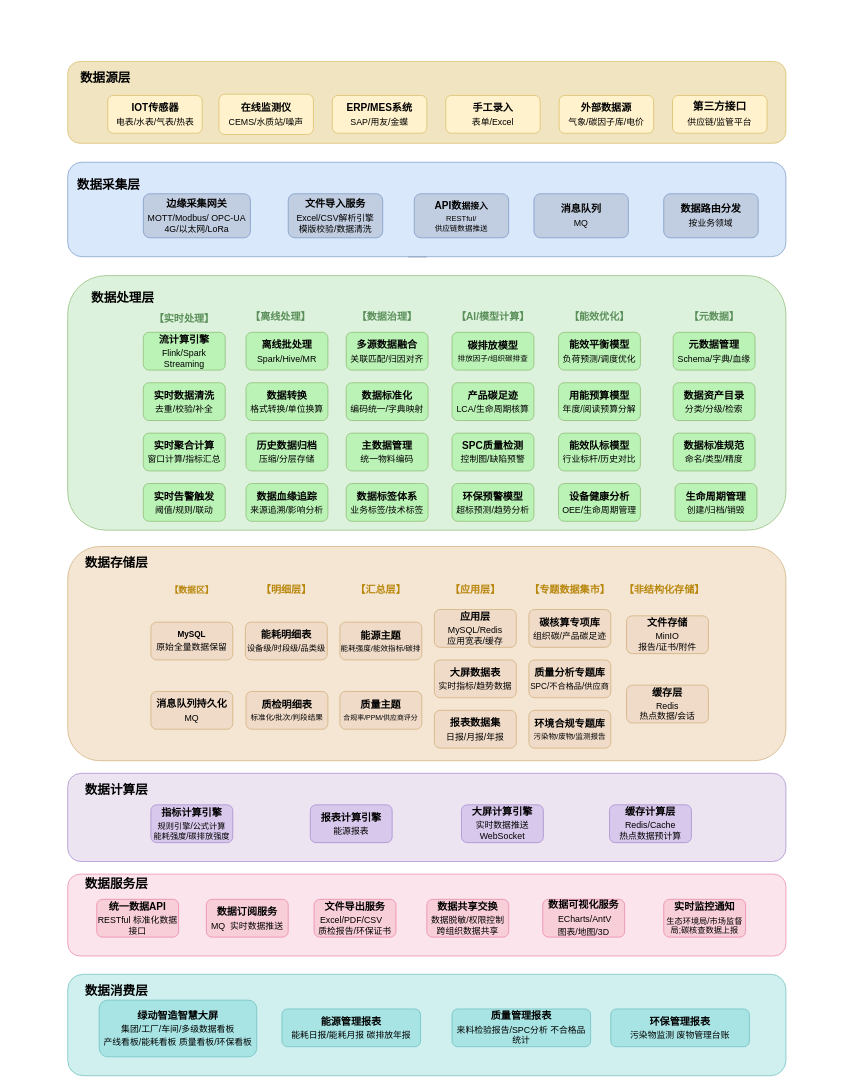
This is 绿动智造数据架构图.drawio from jtzjtz/draw-io, a draw.io file, before an edit. Source tidied: cells renumbered, new cells numbered last; positions are measured from the earlier drawing's top-left corner, leaving out a move shared by most shapes. Both pictures are drawn from the tidied source at 63%, with x=0, y=0 at pixel (67, 61).
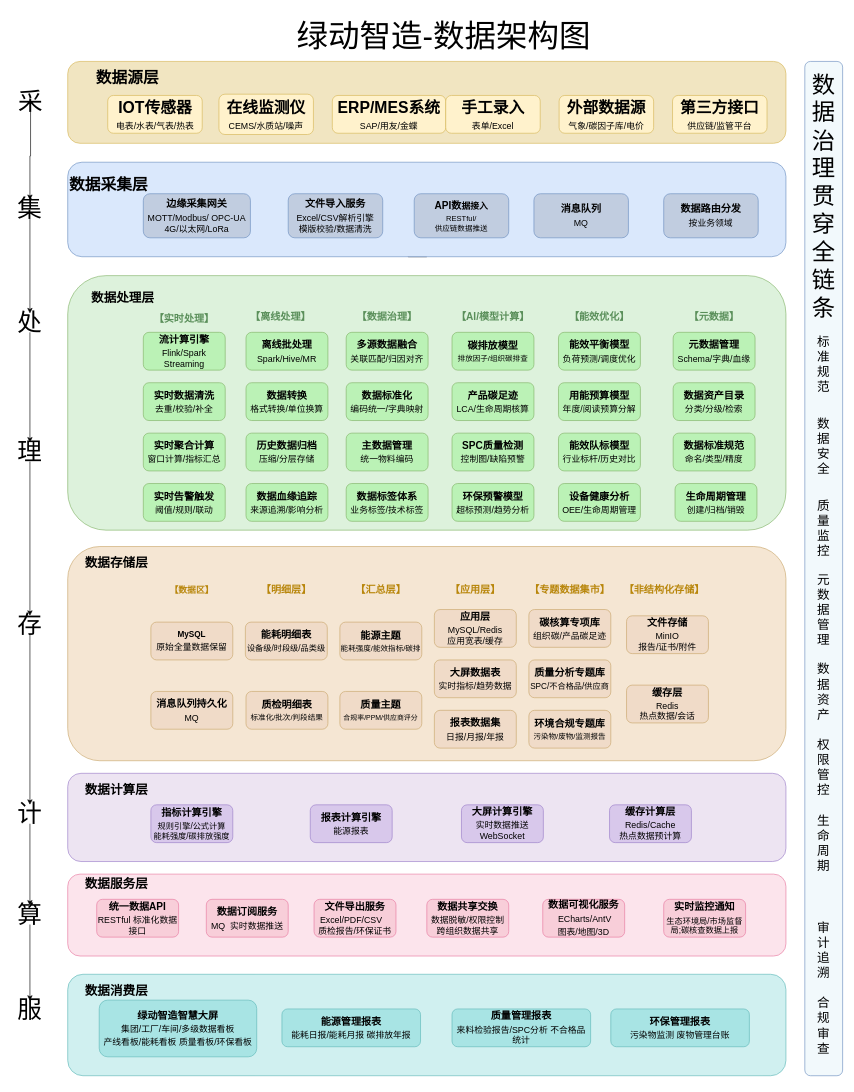
Above is the later version.

Commit message (it also covers changes not shown here):
更新绿动智造数据架构图.drawio

Change to the diagram source:
```diff
@@
-    <mxCell id="3" value="&lt;b&gt;&lt;font style=&quot;font-size: 16px;&quot;&gt;IOT传感器&lt;/font&gt;&lt;/b&gt;&lt;div style=&quot;padding-top: 5px;&quot;&gt;&lt;font style=&quot;font-size: 14px;&quot;&gt;电表/水表/气表/热表&lt;/font&gt;&lt;/div&gt;" style="rounded=1;whiteSpace=wrap;html=1;fillColor=#fff2cc;strokeColor=#d6b656;align=center;verticalAlign=middle;fontFamily=Helvetica;fontSize=12;fontColor=default;" parent="1" vertex="1">
+    <mxCell id="3" value="&lt;b&gt;&lt;font style=&quot;font-size: 25px;&quot;&gt;IOT传感器&lt;/font&gt;&lt;/b&gt;&lt;div style=&quot;padding-top: 5px;&quot;&gt;&lt;font style=&quot;font-size: 14px;&quot;&gt;电表/水表/气表/热表&lt;/font&gt;&lt;/div&gt;" style="rounded=1;whiteSpace=wrap;html=1;fillColor=#fff2cc;strokeColor=#d6b656;align=center;verticalAlign=middle;fontFamily=Helvetica;fontSize=12;fontColor=default;" parent="1" vertex="1">
       <mxGeometry x="63.5" y="54" width="150" height="60" as="geometry" />
     </mxCell>
-    <mxCell id="4" value="&lt;b&gt;&lt;font style=&quot;font-size: 16px;&quot;&gt;在线监测仪&lt;/font&gt;&lt;/b&gt;&lt;div style=&quot;padding-top: 5px;&quot;&gt;&lt;font style=&quot;font-size: 14px;&quot;&gt;CEMS/水质站/噪声&lt;/font&gt;&lt;/div&gt;" style="rounded=1;whiteSpace=wrap;html=1;fillColor=#fff2cc;strokeColor=#d6b656;align=center;verticalAlign=middle;fontFamily=Helvetica;fontSize=12;fontColor=default;fontStyle=0;" parent="1" vertex="1">
+    <mxCell id="4" value="&lt;b&gt;&lt;font style=&quot;font-size: 25px;&quot;&gt;在线监测仪&lt;/font&gt;&lt;/b&gt;&lt;div style=&quot;padding-top: 5px;&quot;&gt;&lt;font style=&quot;font-size: 14px;&quot;&gt;CEMS/水质站/噪声&lt;/font&gt;&lt;/div&gt;" style="rounded=1;whiteSpace=wrap;html=1;fillColor=#fff2cc;strokeColor=#d6b656;align=center;verticalAlign=middle;fontFamily=Helvetica;fontSize=12;fontColor=default;fontStyle=0;" parent="1" vertex="1">
       <mxGeometry x="240" y="52" width="150" height="64" as="geometry" />
     </mxCell>
-    <mxCell id="5" value="&lt;b&gt;&lt;font style=&quot;font-size: 16px;&quot;&gt;ERP/MES系统&lt;/font&gt;&lt;/b&gt;&lt;div style=&quot;padding-top: 5px;&quot;&gt;&lt;font style=&quot;font-size: 14px;&quot;&gt;SAP/用友/金蝶&lt;/font&gt;&lt;/div&gt;" style="rounded=1;whiteSpace=wrap;html=1;fillColor=#fff2cc;strokeColor=#d6b656;align=center;verticalAlign=middle;fontFamily=Helvetica;fontSize=12;fontColor=default;" parent="1" vertex="1">
-      <mxGeometry x="420" y="54" width="150" height="60" as="geometry" />
+    <mxCell id="5" value="&lt;b&gt;&lt;font style=&quot;font-size: 25px;&quot;&gt;ERP/MES系统&lt;/font&gt;&lt;/b&gt;&lt;div style=&quot;padding-top: 5px;&quot;&gt;&lt;font style=&quot;font-size: 14px;&quot;&gt;SAP/用友/金蝶&lt;/font&gt;&lt;/div&gt;" style="rounded=1;whiteSpace=wrap;html=1;fillColor=#fff2cc;strokeColor=#d6b656;align=center;verticalAlign=middle;fontFamily=Helvetica;fontSize=12;fontColor=default;" parent="1" vertex="1">
+      <mxGeometry x="420" y="54" width="180" height="60" as="geometry" />
     </mxCell>
-    <mxCell id="6" value="&lt;b&gt;&lt;font style=&quot;font-size: 16px;&quot;&gt;手工录入&lt;/font&gt;&lt;/b&gt;&lt;div style=&quot;padding-top: 5px;&quot;&gt;&lt;font style=&quot;font-size: 14px;&quot;&gt;表单/Excel&lt;/font&gt;&lt;/div&gt;" style="rounded=1;whiteSpace=wrap;html=1;fillColor=#fff2cc;strokeColor=#d6b656;" parent="1" vertex="1">
+    <mxCell id="6" value="&lt;b&gt;&lt;font style=&quot;font-size: 25px;&quot;&gt;手工录入&lt;/font&gt;&lt;/b&gt;&lt;div style=&quot;padding-top: 5px;&quot;&gt;&lt;font style=&quot;font-size: 14px;&quot;&gt;表单/Excel&lt;/font&gt;&lt;/div&gt;" style="rounded=1;whiteSpace=wrap;html=1;fillColor=#fff2cc;strokeColor=#d6b656;" parent="1" vertex="1">
       <mxGeometry x="600" y="54" width="150" height="60" as="geometry" />
     </mxCell>
-    <mxCell id="7" value="&lt;b&gt;&lt;font style=&quot;font-size: 16px;&quot;&gt;外部数据源&lt;/font&gt;&lt;/b&gt;&lt;div style=&quot;padding-top: 5px;&quot;&gt;&lt;font style=&quot;font-size: 14px;&quot;&gt;气象/碳因子库/电价&lt;/font&gt;&lt;/div&gt;" style="rounded=1;whiteSpace=wrap;html=1;fillColor=#fff2cc;strokeColor=#d6b656;" parent="1" vertex="1">
+    <mxCell id="7" value="&lt;b&gt;&lt;font style=&quot;font-size: 25px;&quot;&gt;外部数据源&lt;/font&gt;&lt;/b&gt;&lt;div style=&quot;padding-top: 5px;&quot;&gt;&lt;font style=&quot;font-size: 14px;&quot;&gt;气象/碳因子库/电价&lt;/font&gt;&lt;/div&gt;" style="rounded=1;whiteSpace=wrap;html=1;fillColor=#fff2cc;strokeColor=#d6b656;" parent="1" vertex="1">
       <mxGeometry x="780" y="54" width="150" height="60" as="geometry" />
     </mxCell>
-    <mxCell id="8" value="&lt;b&gt;&lt;font style=&quot;font-size: 17px;&quot;&gt;第三方接口&lt;/font&gt;&lt;/b&gt;&lt;div style=&quot;padding-top: 5px;&quot;&gt;&lt;font style=&quot;font-size: 14px;&quot;&gt;供应链/监管平台&lt;/font&gt;&lt;/div&gt;" style="rounded=1;whiteSpace=wrap;html=1;fillColor=#fff2cc;strokeColor=#d6b656;" parent="1" vertex="1">
+    <mxCell id="8" value="&lt;b&gt;&lt;font style=&quot;font-size: 25px;&quot;&gt;第三方接口&lt;/font&gt;&lt;/b&gt;&lt;div style=&quot;padding-top: 5px;&quot;&gt;&lt;font style=&quot;font-size: 14px;&quot;&gt;供应链/监管平台&lt;/font&gt;&lt;/div&gt;" style="rounded=1;whiteSpace=wrap;html=1;fillColor=#fff2cc;strokeColor=#d6b656;" parent="1" vertex="1">
       <mxGeometry x="960" y="54" width="150" height="60" as="geometry" />
     </mxCell>
-    <mxCell id="9" value="数据源层" style="text;html=1;whiteSpace=wrap;strokeColor=none;fillColor=none;align=center;verticalAlign=middle;rounded=0;fontStyle=1;fontSize=20;" parent="1" vertex="1">
-      <mxGeometry x="10" y="10" width="100" height="30" as="geometry" />
+    <mxCell id="9" value="&lt;font style=&quot;font-size: 25px;&quot;&gt;数据源层&lt;/font&gt;" style="text;html=1;whiteSpace=wrap;strokeColor=none;fillColor=none;align=center;verticalAlign=middle;rounded=0;fontStyle=1;fontSize=20;" parent="1" vertex="1">
+      <mxGeometry x="10" y="10" width="170" height="30" as="geometry" />
     </mxCell>
@@
-    <mxCell id="17" value="数据采集层" style="text;html=1;whiteSpace=wrap;strokeColor=none;fillColor=none;align=center;verticalAlign=middle;rounded=0;fontStyle=1;fontSize=20;fontFamily=Helvetica;fontColor=default;" parent="1" vertex="1">
+    <mxCell id="17" value="&lt;font style=&quot;font-size: 25px;&quot;&gt;数据采集层&lt;/font&gt;" style="text;html=1;whiteSpace=wrap;strokeColor=none;fillColor=none;align=center;verticalAlign=middle;rounded=0;fontStyle=1;fontSize=20;fontFamily=Helvetica;fontColor=default;" parent="1" vertex="1">
       <mxGeometry y="180" width="130" height="30" as="geometry" />
     </mxCell>
@@
+    <mxCell id="92" style="edgeStyle=orthogonalEdgeStyle;rounded=0;jettySize=auto;html=1;exitX=0.5;exitY=1;exitDx=0;exitDy=0;entryX=0.5;entryY=0;entryDx=0;entryDy=0;" parent="1" edge="1" source="93" target="95">
+      <mxGeometry relative="1" as="geometry" />
+    </mxCell>
+    <mxCell id="93" value="采" style="text;html=1;whiteSpace=wrap;strokeColor=none;fillColor=none;align=center;verticalAlign=middle;rounded=0;fontSize=39;" parent="1" vertex="1">
+      <mxGeometry x="-89" y="50" width="60" height="30" as="geometry" />
+    </mxCell>
+    <mxCell id="94" style="edgeStyle=orthogonalEdgeStyle;rounded=0;jettySize=auto;html=1;entryX=0.5;entryY=0;entryDx=0;entryDy=0;" parent="1" edge="1" source="95" target="97">
+      <mxGeometry relative="1" as="geometry" />
+    </mxCell>
+    <mxCell id="95" value="集" style="text;html=1;whiteSpace=wrap;strokeColor=none;fillColor=none;align=center;verticalAlign=middle;rounded=0;fontSize=39;" parent="1" vertex="1">
+      <mxGeometry x="-90" y="220" width="60" height="30" as="geometry" />
+    </mxCell>
+    <mxCell id="96" style="edgeStyle=orthogonalEdgeStyle;rounded=0;jettySize=auto;html=1;exitX=0.5;exitY=1;exitDx=0;exitDy=0;entryX=0.5;entryY=0;entryDx=0;entryDy=0;" parent="1" edge="1" source="97" target="99">
+      <mxGeometry relative="1" as="geometry" />
+    </mxCell>
+    <mxCell id="97" value="处" style="text;html=1;whiteSpace=wrap;strokeColor=none;fillColor=none;align=center;verticalAlign=middle;rounded=0;fontSize=39;" parent="1" vertex="1">
+      <mxGeometry x="-90" y="400" width="60" height="30" as="geometry" />
+    </mxCell>
+    <mxCell id="98" style="edgeStyle=orthogonalEdgeStyle;rounded=0;jettySize=auto;html=1;exitX=0.5;exitY=1;exitDx=0;exitDy=0;entryX=0.5;entryY=0;entryDx=0;entryDy=0;" parent="1" edge="1" source="99" target="101">
+      <mxGeometry relative="1" as="geometry" />
+    </mxCell>
+    <mxCell id="99" value="理" style="text;html=1;whiteSpace=wrap;strokeColor=none;fillColor=none;align=center;verticalAlign=middle;rounded=0;fontSize=39;" parent="1" vertex="1">
+      <mxGeometry x="-90" y="605" width="60" height="30" as="geometry" />
+    </mxCell>
+    <mxCell id="100" style="edgeStyle=orthogonalEdgeStyle;rounded=0;jettySize=auto;html=1;exitX=0.5;exitY=1;exitDx=0;exitDy=0;entryX=0.5;entryY=0;entryDx=0;entryDy=0;" parent="1" edge="1" source="101" target="103">
+      <mxGeometry relative="1" as="geometry" />
+    </mxCell>
+    <mxCell id="101" value="存" style="text;html=1;whiteSpace=wrap;strokeColor=none;fillColor=none;align=center;verticalAlign=middle;rounded=0;fontSize=39;" parent="1" vertex="1">
+      <mxGeometry x="-90" y="880" width="60" height="30" as="geometry" />
+    </mxCell>
+    <mxCell id="102" style="edgeStyle=orthogonalEdgeStyle;rounded=0;jettySize=auto;html=1;exitX=0.5;exitY=1;exitDx=0;exitDy=0;entryX=0.5;entryY=0;entryDx=0;entryDy=0;" parent="1" edge="1" source="103" target="105">
+      <mxGeometry relative="1" as="geometry" />
+    </mxCell>
+    <mxCell id="103" value="计" style="text;html=1;whiteSpace=wrap;strokeColor=none;fillColor=none;align=center;verticalAlign=middle;rounded=0;fontSize=39;" parent="1" vertex="1">
+      <mxGeometry x="-90" y="1180" width="60" height="30" as="geometry" />
+    </mxCell>
+    <mxCell id="104" style="edgeStyle=orthogonalEdgeStyle;rounded=0;jettySize=auto;html=1;exitX=0.5;exitY=1;exitDx=0;exitDy=0;entryX=0.5;entryY=0;entryDx=0;entryDy=0;" parent="1" edge="1" source="105" target="106">
+      <mxGeometry relative="1" as="geometry" />
+    </mxCell>
+    <mxCell id="105" value="算" style="text;html=1;whiteSpace=wrap;strokeColor=none;fillColor=none;align=center;verticalAlign=middle;rounded=0;fontSize=39;" parent="1" vertex="1">
+      <mxGeometry x="-90" y="1340" width="60" height="30" as="geometry" />
+    </mxCell>
+    <mxCell id="106" value="服" style="text;html=1;whiteSpace=wrap;strokeColor=none;fillColor=none;align=center;verticalAlign=middle;rounded=0;fontSize=39;" parent="1" vertex="1">
+      <mxGeometry x="-90" y="1491" width="60" height="30" as="geometry" />
+    </mxCell>
+    <mxCell id="107" style="rounded=1;whiteSpace=wrap;html=1;fillColor=#F2F9FC;strokeColor=#6c8ebf;" parent="1" vertex="1">
+      <mxGeometry x="1170" width="60" height="1610" as="geometry" />
+    </mxCell>
+    <mxCell id="108" value="数据治理贯穿全链条" style="text;html=1;whiteSpace=wrap;strokeColor=none;fillColor=none;align=center;verticalAlign=middle;rounded=0;fontSize=37;" parent="1" vertex="1">
+      <mxGeometry x="1170" width="60" height="430" as="geometry" />
+    </mxCell>
+    <mxCell id="109" value="标准规范" style="text;html=1;whiteSpace=wrap;strokeColor=none;fillColor=none;align=center;verticalAlign=middle;rounded=0;fontSize=20;" parent="1" vertex="1">
+      <mxGeometry x="1180" y="390" width="40" height="180" as="geometry" />
+    </mxCell>
+    <mxCell id="110" value="数据安全" style="text;html=1;whiteSpace=wrap;strokeColor=none;fillColor=none;align=center;verticalAlign=middle;rounded=0;fontSize=20;" parent="1" vertex="1">
+      <mxGeometry x="1180" y="520" width="40" height="180" as="geometry" />
+    </mxCell>
+    <mxCell id="111" value="质量监控" style="text;html=1;whiteSpace=wrap;strokeColor=none;fillColor=none;align=center;verticalAlign=middle;rounded=0;fontSize=20;" parent="1" vertex="1">
+      <mxGeometry x="1180" y="650" width="40" height="180" as="geometry" />
+    </mxCell>
+    <mxCell id="112" value="元数据管理" style="text;html=1;whiteSpace=wrap;strokeColor=none;fillColor=none;align=center;verticalAlign=middle;rounded=0;fontSize=20;" parent="1" vertex="1">
+      <mxGeometry x="1180" y="780" width="40" height="180" as="geometry" />
+    </mxCell>
+    <mxCell id="113" value="数据资产" style="text;html=1;whiteSpace=wrap;strokeColor=none;fillColor=none;align=center;verticalAlign=middle;rounded=0;fontSize=20;" parent="1" vertex="1">
+      <mxGeometry x="1180" y="910" width="40" height="180" as="geometry" />
+    </mxCell>
+    <mxCell id="114" value="权限管控" style="text;html=1;whiteSpace=wrap;strokeColor=none;fillColor=none;align=center;verticalAlign=middle;rounded=0;fontSize=20;" parent="1" vertex="1">
+      <mxGeometry x="1180" y="1030" width="40" height="180" as="geometry" />
+    </mxCell>
+    <mxCell id="115" value="生命周期" style="text;html=1;whiteSpace=wrap;strokeColor=none;fillColor=none;align=center;verticalAlign=middle;rounded=0;fontSize=20;" parent="1" vertex="1">
+      <mxGeometry x="1180" y="1150" width="40" height="180" as="geometry" />
+    </mxCell>
+    <mxCell id="116" value="审计追溯" style="text;html=1;whiteSpace=wrap;strokeColor=none;fillColor=none;align=center;verticalAlign=middle;rounded=0;fontSize=20;" parent="1" vertex="1">
+      <mxGeometry x="1180" y="1320" width="40" height="180" as="geometry" />
+    </mxCell>
+    <mxCell id="117" value="合规审查" style="text;html=1;whiteSpace=wrap;strokeColor=none;fillColor=none;align=center;verticalAlign=middle;rounded=0;fontSize=20;" parent="1" vertex="1">
+      <mxGeometry x="1180" y="1439.5" width="40" height="180" as="geometry" />
+    </mxCell>
+    <mxCell id="118" value="绿动智造-数据架构图" style="text;html=1;whiteSpace=wrap;strokeColor=none;fillColor=none;align=center;verticalAlign=middle;rounded=0;fontSize=50;" parent="1" vertex="1">
+      <mxGeometry x="332" y="-80" width="530" height="80" as="geometry" />
+    </mxCell>
```
